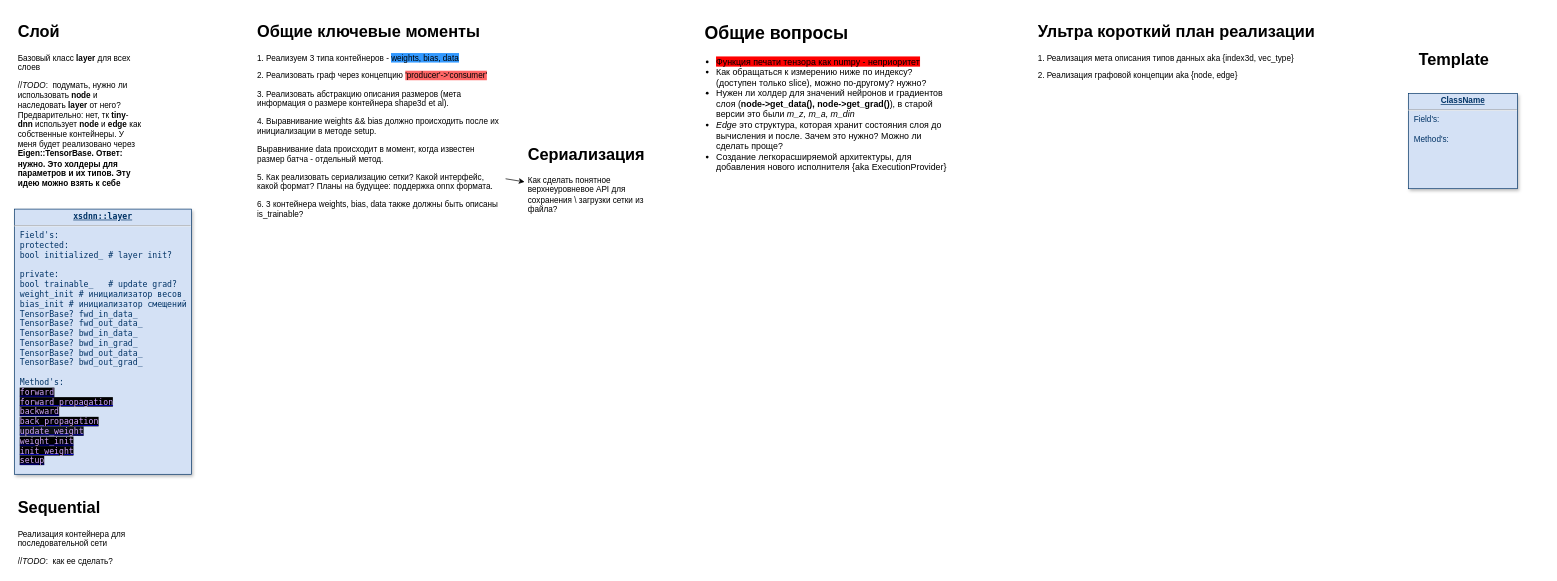
This is page "xsdnn::main" (1 of 9) of logic.drawio from xsdnn/xsdnn, a draw.io file, before an edit. Source tidied: cells renumbered, new cells numbered last; positions are measured from the earlier drawing's top-left corner, leaving out a move shared by most shapes. Both pictures are drawn from the tidied source at 68%, with x=0, y=0 at pixel (14, 18).
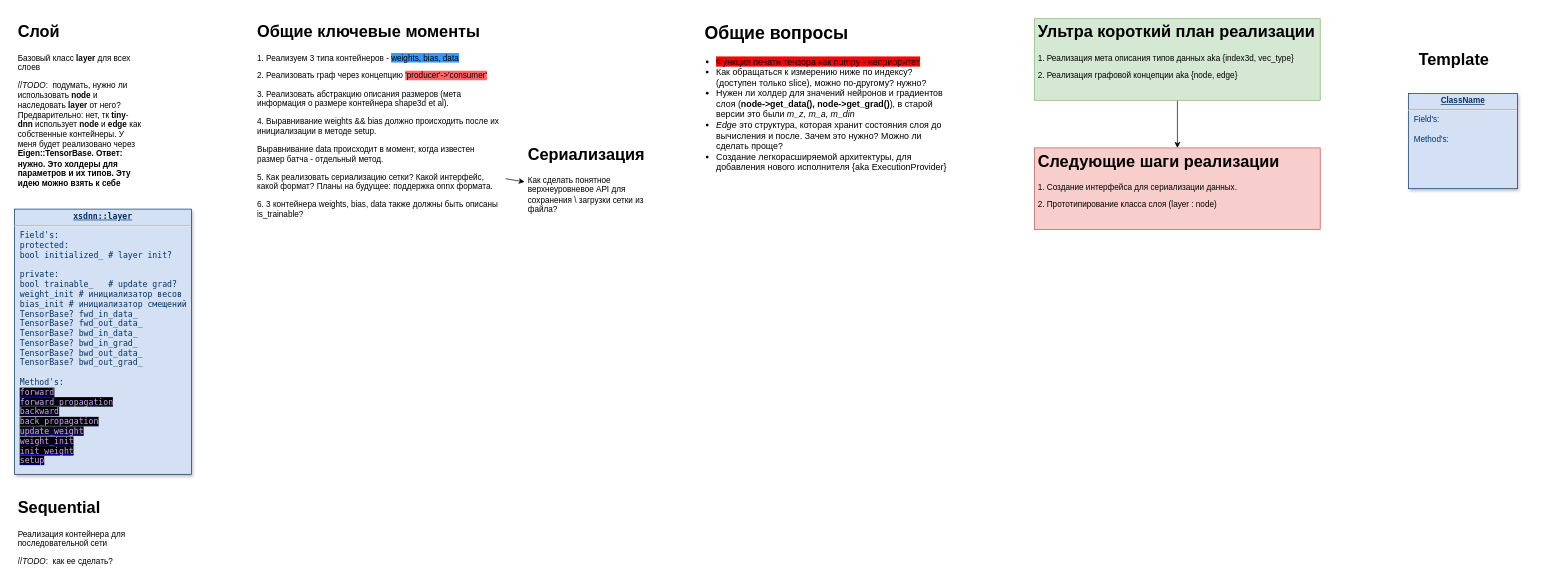
After the change.

Commit message:
обозначены следующие шаги

Change to the diagram source:
```diff
@@
 <mxGraphModel>
   <root>
     <mxCell id="0" />
     <mxCell id="1" parent="0" />
     <mxCell id="2" value="&lt;p style=&quot;margin: 0px; margin-top: 4px; text-align: center; text-decoration: underline;&quot;&gt;&lt;strong&gt;ClassName&lt;/strong&gt;&lt;/p&gt;&lt;hr&gt;&lt;p style=&quot;margin: 0px; margin-left: 8px;&quot;&gt;Field's:&lt;/p&gt;&lt;p style=&quot;margin: 0px; margin-left: 8px;&quot;&gt;&lt;br&gt;&lt;/p&gt;&lt;p style=&quot;margin: 0px; margin-left: 8px;&quot;&gt;Method's:&lt;/p&gt;" style="verticalAlign=top;align=left;overflow=fill;fontSize=12;fontFamily=Helvetica;html=1;strokeColor=#003366;shadow=1;fillColor=#D4E1F5;fontColor=#003366;" parent="1" vertex="1">
       <mxGeometry x="2050" y="110" width="160" height="140" as="geometry" />
     </mxCell>
     <mxCell id="3" value="&lt;h1&gt;Слой&lt;/h1&gt;&lt;p&gt;Базовый класс &lt;b&gt;layer &lt;/b&gt;для всех слоев&lt;/p&gt;&lt;p&gt;&lt;span style=&quot;text-align: center;&quot;&gt;//&lt;i&gt;TODO&lt;/i&gt;:&amp;nbsp; подумать, нужно ли использовать &lt;b&gt;node&lt;/b&gt; и наследовать &lt;b&gt;layer&lt;/b&gt; от него? Предварительно: нет, тк &lt;b&gt;tiny&lt;/b&gt;-&lt;b&gt;dnn&lt;/b&gt; использует &lt;b&gt;node&lt;/b&gt; и &lt;b&gt;edge&lt;/b&gt; как собственные контейнеры. У меня будет реализовано через &lt;b&gt;Eigen::TensorBase. Ответ: нужно. Это холдеры для параметров и их типов. Эту идею можно взять к себе&lt;/b&gt;&lt;/span&gt;&lt;br&gt;&lt;/p&gt;&lt;p&gt;&lt;br&gt;&lt;/p&gt;" style="text;html=1;strokeColor=none;fillColor=none;spacing=5;spacingTop=-20;whiteSpace=wrap;overflow=hidden;rounded=0;" parent="1" vertex="1">
       <mxGeometry width="190" height="250" as="geometry" />
     </mxCell>
     <mxCell id="4" value="&lt;h1&gt;Template&lt;/h1&gt;" style="text;html=1;strokeColor=none;fillColor=none;spacing=5;spacingTop=-20;whiteSpace=wrap;overflow=hidden;rounded=0;" parent="1" vertex="1">
       <mxGeometry x="2060" y="40" width="190" height="50" as="geometry" />
     </mxCell>
     <mxCell id="5" value="&lt;p style=&quot;margin: 0px; margin-top: 4px; text-align: center; text-decoration: underline;&quot;&gt;&lt;b&gt;xsdnn::layer&lt;/b&gt;&lt;/p&gt;&lt;hr&gt;&lt;p style=&quot;margin: 0px; margin-left: 8px;&quot;&gt;Field's:&lt;/p&gt;&lt;p style=&quot;margin: 0px; margin-left: 8px;&quot;&gt;protected:&lt;/p&gt;&lt;p style=&quot;margin: 0px; margin-left: 8px;&quot;&gt;bool initialized_ # layer init?&lt;/p&gt;&lt;p style=&quot;margin: 0px; margin-left: 8px;&quot;&gt;&lt;br&gt;&lt;/p&gt;&lt;p style=&quot;margin: 0px; margin-left: 8px;&quot;&gt;private:&lt;/p&gt;&lt;p style=&quot;margin: 0px 0px 0px 8px;&quot;&gt;bool trainable_&amp;nbsp; &amp;nbsp;# update grad?&lt;/p&gt;&lt;p style=&quot;margin: 0px 0px 0px 8px;&quot;&gt;weight_init # инициализатор весов&lt;/p&gt;&lt;p style=&quot;margin: 0px 0px 0px 8px;&quot;&gt;bias_init # инициализатор смещений&lt;/p&gt;&lt;p style=&quot;margin: 0px; margin-left: 8px;&quot;&gt;TensorBase? fwd_in_data_&lt;/p&gt;&lt;p style=&quot;margin: 0px; margin-left: 8px;&quot;&gt;TensorBase? fwd_out_data_&lt;br&gt;&lt;/p&gt;&lt;p style=&quot;margin: 0px; margin-left: 8px;&quot;&gt;TensorBase? bwd_in_data_&lt;br&gt;&lt;/p&gt;&lt;p style=&quot;margin: 0px; margin-left: 8px;&quot;&gt;TensorBase? bwd_in_grad_&lt;br&gt;&lt;/p&gt;&lt;p style=&quot;margin: 0px; margin-left: 8px;&quot;&gt;TensorBase? bwd_out_data_&lt;br&gt;&lt;/p&gt;&lt;p style=&quot;margin: 0px; margin-left: 8px;&quot;&gt;TensorBase? bwd_out_grad_&lt;br&gt;&lt;/p&gt;&lt;p style=&quot;margin: 0px; margin-left: 8px;&quot;&gt;&lt;br&gt;&lt;/p&gt;&lt;p style=&quot;margin: 0px; margin-left: 8px;&quot;&gt;Method's:&lt;/p&gt;&lt;p style=&quot;margin: 0px; margin-left: 8px;&quot;&gt;&lt;a href=&quot;data:page/id,acLyr5f8MV2qwVlqdKkI&quot;&gt;&lt;font face=&quot;ui-monospace, SFMono-Regular, SF Mono, Menlo, Consolas, Liberation Mono, monospace&quot; color=&quot;#d2a8ff&quot; style=&quot;background-color: rgb(0, 0, 0);&quot;&gt;forward&lt;/font&gt;&lt;/a&gt;&lt;/p&gt;&lt;p style=&quot;margin: 0px; margin-left: 8px;&quot;&gt;&lt;a href=&quot;data:page/id,P51iXEZZl-BP7aw9WZGj&quot;&gt;&lt;font face=&quot;ui-monospace, SFMono-Regular, SF Mono, Menlo, Consolas, Liberation Mono, monospace&quot; color=&quot;#d2a8ff&quot; style=&quot;background-color: rgb(0, 0, 0);&quot;&gt;forward_propagation&lt;/font&gt;&lt;/a&gt;&lt;/p&gt;&lt;p style=&quot;margin: 0px; margin-left: 8px;&quot;&gt;&lt;a href=&quot;data:page/id,9vZ8QekkStvvB2-BGn0U&quot;&gt;&lt;font face=&quot;ui-monospace, SFMono-Regular, SF Mono, Menlo, Consolas, Liberation Mono, monospace&quot; color=&quot;#d2a8ff&quot; style=&quot;background-color: rgb(0, 0, 0);&quot;&gt;backward&lt;/font&gt;&lt;/a&gt;&lt;/p&gt;&lt;p style=&quot;margin: 0px; margin-left: 8px;&quot;&gt;&lt;a href=&quot;data:page/id,YzGOiIOgP3fO_uxTNOQc&quot;&gt;&lt;font face=&quot;ui-monospace, SFMono-Regular, SF Mono, Menlo, Consolas, Liberation Mono, monospace&quot; color=&quot;#d2a8ff&quot; style=&quot;background-color: rgb(0, 0, 0);&quot;&gt;back_propagation&lt;/font&gt;&lt;/a&gt;&lt;/p&gt;&lt;p style=&quot;margin: 0px; margin-left: 8px;&quot;&gt;&lt;span style=&quot;font-family: ui-monospace, SFMono-Regular, &amp;quot;SF Mono&amp;quot;, Menlo, Consolas, &amp;quot;Liberation Mono&amp;quot;, monospace; background-color: rgb(13, 17, 23);&quot;&gt;&lt;a style=&quot;&quot; href=&quot;data:page/id,1ntwXYWYcS74xLM6uAJB&quot;&gt;&lt;font color=&quot;#d2a8ff&quot;&gt;update_weight&lt;/font&gt;&lt;/a&gt;&lt;/span&gt;&lt;br&gt;&lt;/p&gt;&lt;p style=&quot;margin: 0px; margin-left: 8px;&quot;&gt;&lt;a style=&quot;background-color: rgb(0, 0, 0);&quot; href=&quot;data:page/id,imFPhnd7Cz6RNdqDAHEO&quot;&gt;&lt;font face=&quot;ui-monospace, SFMono-Regular, SF Mono, Menlo, Consolas, Liberation Mono, monospace&quot; color=&quot;#d2a8ff&quot;&gt;weight_init&lt;/font&gt;&lt;/a&gt;&lt;/p&gt;&lt;p style=&quot;margin: 0px; margin-left: 8px;&quot;&gt;&lt;a style=&quot;background-color: rgb(0, 0, 0);&quot; href=&quot;data:page/id,p6dzrHT5QFA6u9v4Chr_&quot;&gt;&lt;font color=&quot;#d2a8ff&quot;&gt;init_weight&lt;/font&gt;&lt;/a&gt;&lt;/p&gt;&lt;p style=&quot;margin: 0px; margin-left: 8px;&quot;&gt;&lt;a style=&quot;background-color: rgb(0, 0, 0);&quot; href=&quot;data:page/id,uzz6QVAgYd6YLyIYvyyA&quot;&gt;&lt;font color=&quot;#d2a8ff&quot;&gt;setup&lt;/font&gt;&lt;/a&gt;&lt;/p&gt;" style="verticalAlign=top;align=left;overflow=fill;fontSize=12;fontFamily=ui-monospace, SFMono-Regular, &quot;SF Mono&quot;, Menlo, Consolas, &quot;Liberation Mono&quot;, monospace;html=1;strokeColor=#003366;shadow=1;fillColor=#D4E1F5;fontColor=#003366;" parent="1" vertex="1">
       <mxGeometry y="280" width="260" height="390" as="geometry" />
     </mxCell>
     <mxCell id="6" value="&lt;h1&gt;Сериализация&lt;/h1&gt;&lt;p&gt;Как сделать понятное верхнеуровневое API для сохранения \ загрузки сетки из файла?&amp;nbsp;&lt;/p&gt;" style="text;html=1;strokeColor=none;fillColor=none;spacing=5;spacingTop=-20;whiteSpace=wrap;overflow=hidden;rounded=0;" parent="1" vertex="1">
       <mxGeometry x="750" y="180" width="190" height="120" as="geometry" />
     </mxCell>
     <mxCell id="7" value="&lt;h1&gt;Общие вопросы&lt;/h1&gt;&lt;p&gt;&lt;br&gt;&lt;/p&gt;" style="text;html=1;strokeColor=none;fillColor=none;spacing=5;spacingTop=-20;whiteSpace=wrap;overflow=hidden;rounded=0;fontSize=13;" parent="1" vertex="1">
       <mxGeometry x="1010" width="270" height="120" as="geometry" />
     </mxCell>
     <mxCell id="8" value="&lt;ul&gt;&lt;li&gt;&lt;span style=&quot;background-color: rgb(255, 0, 0);&quot;&gt;Функция печати тензора как numpy - неприоритет&lt;/span&gt;&lt;/li&gt;&lt;li&gt;Как обращаться к измерению ниже по индексу? (доступен только slice), можно по-другому? нужно?&amp;nbsp;&lt;/li&gt;&lt;li&gt;Нужен ли холдер для значений нейронов и градиентов слоя (&lt;b&gt;node-&amp;gt;get_data(), node-&amp;gt;get_grad()&lt;/b&gt;), в старой версии это были &lt;i&gt;m_z, m_a, m_din&lt;/i&gt;&lt;/li&gt;&lt;li&gt;&lt;i&gt;Edge &lt;/i&gt;это структура, которая хранит состояния слоя до вычисления и после. Зачем это нужно? Можно ли сделать проще?&lt;/li&gt;&lt;li&gt;Создание легкорасширяемой архитектуры, для добавления нового исполнителя {aka ExecutionProvider}&lt;/li&gt;&lt;/ul&gt;" style="text;strokeColor=none;fillColor=none;html=1;whiteSpace=wrap;verticalAlign=middle;overflow=hidden;fontSize=13;" parent="1" vertex="1">
       <mxGeometry x="990" y="40" width="390" height="190" as="geometry" />
     </mxCell>
     <mxCell id="9" value="&lt;h1&gt;Sequential&lt;/h1&gt;&lt;p&gt;Реализация контейнера для&amp;nbsp; последовательной сети&lt;/p&gt;&lt;p&gt;&lt;span style=&quot;text-align: center;&quot;&gt;//&lt;i&gt;TODO&lt;/i&gt;:&amp;nbsp; как ее сделать?&lt;/span&gt;&lt;br&gt;&lt;/p&gt;&lt;p&gt;&lt;br&gt;&lt;/p&gt;" style="text;html=1;strokeColor=none;fillColor=none;spacing=5;spacingTop=-20;whiteSpace=wrap;overflow=hidden;rounded=0;" parent="1" vertex="1">
       <mxGeometry y="700" width="190" height="110" as="geometry" />
     </mxCell>
     <mxCell id="10" value="&lt;h1&gt;Общие ключевые моменты&lt;/h1&gt;&lt;p&gt;1. Реализуем 3 типа контейнеров - &lt;span style=&quot;background-color: rgb(51, 153, 255);&quot;&gt;weights, bias, data&lt;/span&gt;&lt;/p&gt;&lt;p&gt;2. Реализовать граф через концепцию &lt;span style=&quot;background-color: rgb(255, 102, 102);&quot;&gt;'producer'-&amp;gt;'consumer'&lt;/span&gt;&lt;/p&gt;&lt;p&gt;3. Реализовать абстракцию описания размеров (мета информация о размере контейнера shape3d et al).&amp;nbsp;&lt;/p&gt;&lt;p&gt;4. Выравнивание weights &amp;amp;&amp;amp; bias должно происходить после их инициализации в методе setup.&lt;/p&gt;&lt;p&gt;Выравнивание data происходит в момент, когда известен размер батча - отдельный метод.&lt;/p&gt;&lt;p&gt;5. Как реализовать сериализацию сетки? Какой интерфейс, какой формат? Планы на будущее: поддержка onnx формата.&lt;/p&gt;&lt;p&gt;6. 3 контейнера weights, bias, data также должны быть описаны is_trainable?&amp;nbsp;&lt;/p&gt;" style="text;html=1;strokeColor=none;fillColor=none;spacing=5;spacingTop=-20;whiteSpace=wrap;overflow=hidden;rounded=0;" parent="1" vertex="1">
       <mxGeometry x="352" width="370" height="410" as="geometry" />
     </mxCell>
+    <mxCell id="13" style="edgeStyle=orthogonalEdgeStyle;rounded=0;jettySize=auto;html=1;" parent="1" edge="1" source="11" target="14">
+      <mxGeometry relative="1" as="geometry" />
+    </mxCell>
-    <mxCell id="11" value="&lt;h1&gt;Ультра короткий план реализации&lt;/h1&gt;&lt;p&gt;1. Реализация мета описания типов данных aka {index3d, vec_type}&lt;/p&gt;&lt;p&gt;2. Реализация графовой концепции aka {node, edge}&lt;/p&gt;" style="text;html=1;spacing=5;spacingTop=-20;whiteSpace=wrap;overflow=hidden;rounded=0;labelBackgroundColor=none;" parent="1" vertex="1">
+    <mxCell id="11" value="&lt;h1&gt;Ультра короткий план реализации&lt;/h1&gt;&lt;p&gt;1. Реализация мета описания типов данных aka {index3d, vec_type}&lt;/p&gt;&lt;p&gt;2. Реализация графовой концепции aka {node, edge}&lt;/p&gt;" style="text;html=1;spacing=5;spacingTop=-20;whiteSpace=wrap;overflow=hidden;rounded=0;labelBackgroundColor=none;fillColor=#d5e8d4;strokeColor=#82b366;" parent="1" vertex="1">
       <mxGeometry x="1500" width="420" height="120" as="geometry" />
     </mxCell>
     <mxCell id="12" style="endArrow=classic;html=1;rounded=0;entryX=0;entryY=0.5;entryDx=0;entryDy=0;" parent="1" edge="1" source="10" target="6">
       <mxGeometry relative="1" as="geometry" />
     </mxCell>
+    <mxCell id="14" value="&lt;h1&gt;Следующие шаги реализации&lt;/h1&gt;&lt;p&gt;1. Создание интерфейса для сериализации данных.&amp;nbsp;&lt;br&gt;&lt;/p&gt;&lt;p&gt;2. Прототипирование класса слоя (layer : node)&lt;/p&gt;" style="text;html=1;spacing=5;spacingTop=-20;whiteSpace=wrap;overflow=hidden;rounded=0;labelBackgroundColor=none;fillColor=#f8cecc;strokeColor=#b85450;" parent="1" vertex="1">
+      <mxGeometry x="1500" y="190" width="420" height="120" as="geometry" />
+    </mxCell>
   </root>
 </mxGraphModel>
```
